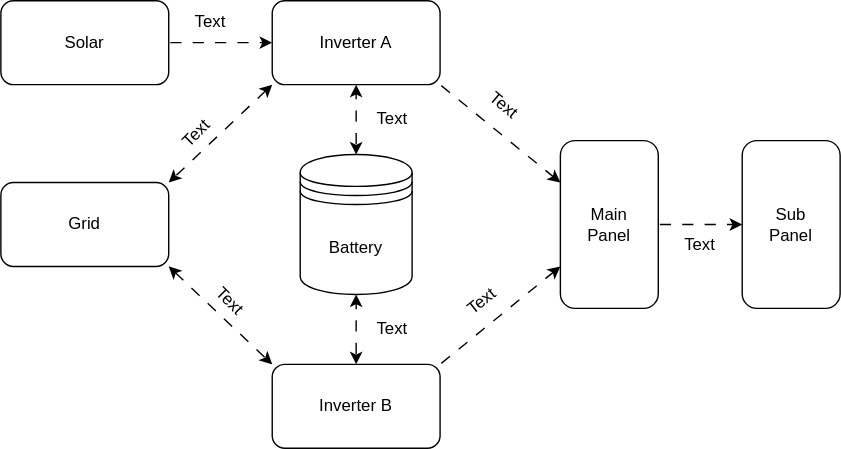
Earlier version of the draw.io export Inverter System.drawio.svg (mattster98/grafana-flow). Source tidied: cells renumbered, new cells last; positions are measured from the earlier drawing's top-left corner, leaving out a move shared by most shapes.
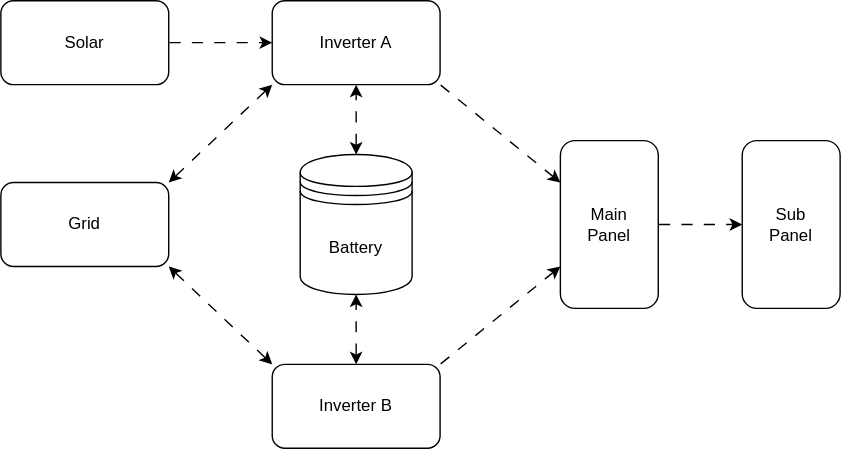
The same file after the commit.

What changed in the source:
```diff
@@ -47,28 +47,28 @@
     <mxCell id="16" style="endArrow=classic;html=1;rounded=0;entryX=0;entryY=0.5;entryDx=0;entryDy=0;exitX=1;exitY=0.5;exitDx=0;exitDy=0;flowAnimation=1;" parent="1" edge="1" source="12" target="13">
       <mxGeometry relative="1" as="geometry" />
     </mxCell>
-    <mxCell id="17" value="Text" style="text;html=1;align=center;verticalAlign=middle;whiteSpace=wrap;rounded=0;rotation=-45;" parent="1" vertex="1">
+    <mxCell id="17" style="text;html=1;align=center;verticalAlign=middle;whiteSpace=wrap;rounded=0;rotation=-45;" parent="1" vertex="1">
       <mxGeometry x="110" y="80" width="60" height="30" as="geometry" />
     </mxCell>
-    <mxCell id="18" value="Text" style="text;html=1;align=center;verticalAlign=middle;whiteSpace=wrap;rounded=0;rotation=45;" parent="1" vertex="1">
+    <mxCell id="18" style="text;html=1;align=center;verticalAlign=middle;whiteSpace=wrap;rounded=0;rotation=45;" parent="1" vertex="1">
       <mxGeometry x="134" y="200" width="60" height="30" as="geometry" />
     </mxCell>
-    <mxCell id="19" value="Text" style="text;html=1;align=center;verticalAlign=middle;whiteSpace=wrap;rounded=0;rotation=0;" parent="1" vertex="1">
+    <mxCell id="19" style="text;html=1;align=center;verticalAlign=middle;whiteSpace=wrap;rounded=0;rotation=0;" parent="1" vertex="1">
       <mxGeometry x="120" width="60" height="30" as="geometry" />
     </mxCell>
-    <mxCell id="20" value="Text" style="text;html=1;align=center;verticalAlign=middle;whiteSpace=wrap;rounded=0;rotation=0;" parent="1" vertex="1">
+    <mxCell id="20" style="text;html=1;align=center;verticalAlign=middle;whiteSpace=wrap;rounded=0;rotation=0;" parent="1" vertex="1">
       <mxGeometry x="250" y="70" width="60" height="30" as="geometry" />
     </mxCell>
-    <mxCell id="21" value="Text" style="text;html=1;align=center;verticalAlign=middle;whiteSpace=wrap;rounded=0;rotation=0;" parent="1" vertex="1">
+    <mxCell id="21" style="text;html=1;align=center;verticalAlign=middle;whiteSpace=wrap;rounded=0;rotation=0;" parent="1" vertex="1">
       <mxGeometry x="250" y="220" width="60" height="30" as="geometry" />
     </mxCell>
-    <mxCell id="22" value="Text" style="text;html=1;align=center;verticalAlign=middle;whiteSpace=wrap;rounded=0;rotation=40;" parent="1" vertex="1">
+    <mxCell id="22" style="text;html=1;align=center;verticalAlign=middle;whiteSpace=wrap;rounded=0;rotation=40;" parent="1" vertex="1">
       <mxGeometry x="330" y="60" width="60" height="30" as="geometry" />
     </mxCell>
-    <mxCell id="23" value="Text" style="text;html=1;align=center;verticalAlign=middle;whiteSpace=wrap;rounded=0;rotation=-38;" parent="1" vertex="1">
+    <mxCell id="23" style="text;html=1;align=center;verticalAlign=middle;whiteSpace=wrap;rounded=0;rotation=-38;" parent="1" vertex="1">
       <mxGeometry x="314" y="200" width="60" height="30" as="geometry" />
     </mxCell>
-    <mxCell id="24" value="Text" style="text;html=1;align=center;verticalAlign=middle;whiteSpace=wrap;rounded=0;rotation=0;" parent="1" vertex="1">
+    <mxCell id="24" style="text;html=1;align=center;verticalAlign=middle;whiteSpace=wrap;rounded=0;rotation=0;" parent="1" vertex="1">
       <mxGeometry x="470" y="160" width="60" height="30" as="geometry" />
     </mxCell>
   </root>
```
